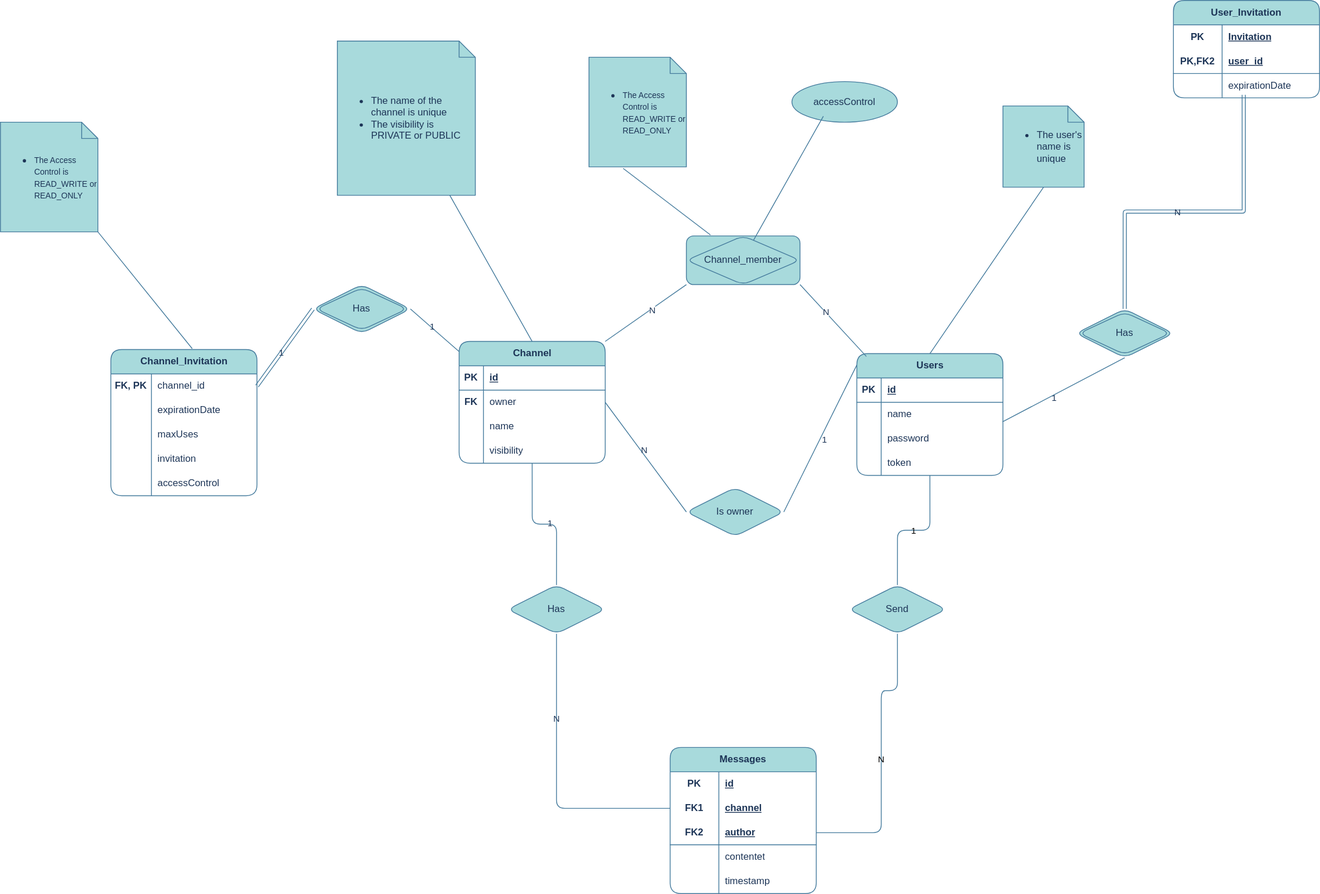
Above: code/jvm/repository_jdbc/src/sql/ChIMP-scheme.svg in Brgm37/Multi-user-Instant-Messaging-system (draw.io), before the change. Source tidied: cells renumbered, new cells last; positions are measured from the earlier drawing's top-left corner, leaving out a move shared by most shapes.
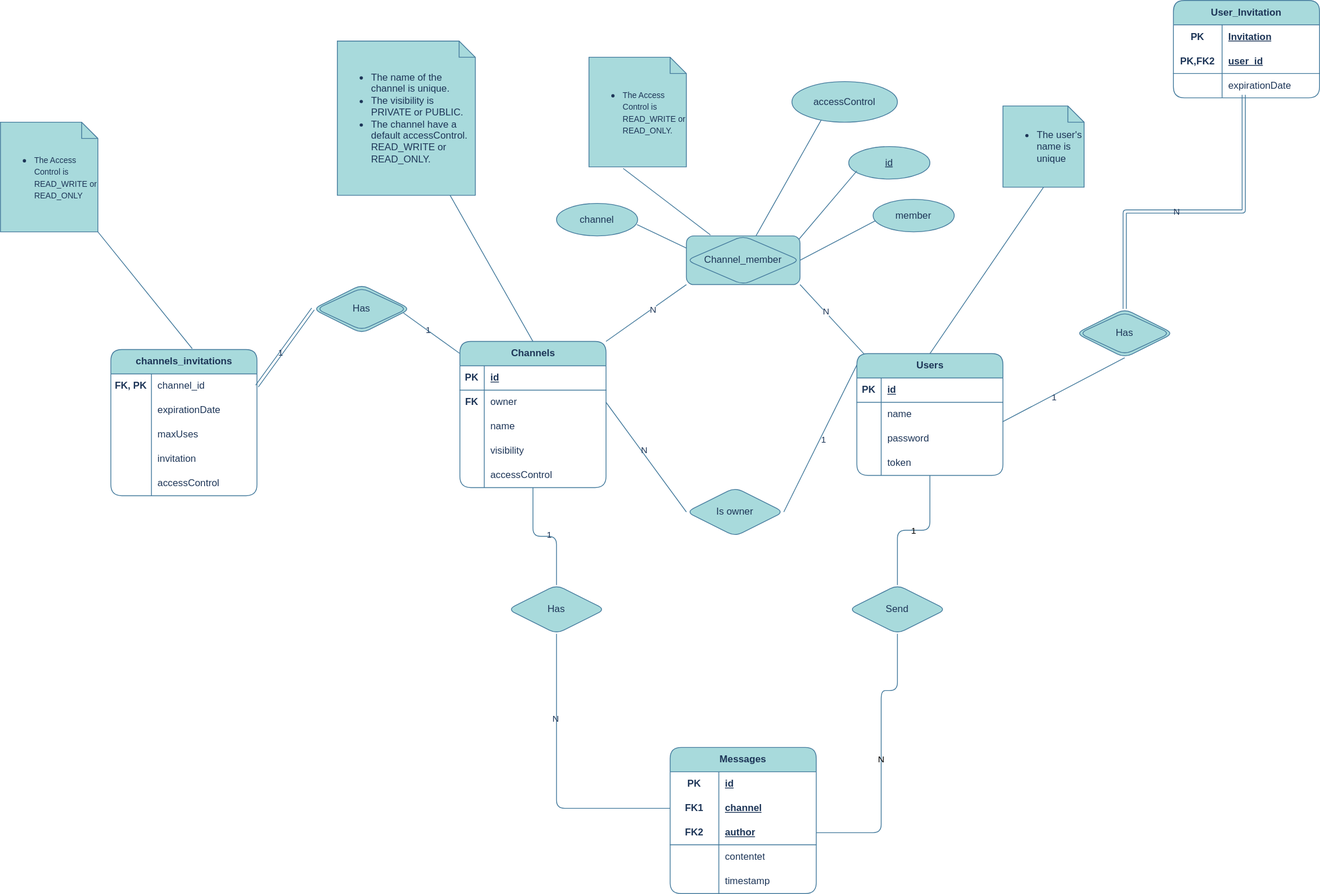
After the change.

Change to the diagram source:
```diff
@@ -2,6 +2,18 @@
   <root>
     <mxCell id="0" />
     <mxCell id="1" parent="0" />
+    <mxCell id="108" style="endArrow=none;html=1;rounded=0;strokeColor=#457B9D;fontColor=#1D3557;fillColor=#A8DADC;exitX=1;exitY=0.5;exitDx=0;exitDy=0;entryX=0.051;entryY=0.628;entryDx=0;entryDy=0;entryPerimeter=0;" parent="1" edge="1" source="98" target="115">
+      <mxGeometry relative="1" as="geometry" />
+    </mxCell>
+    <mxCell id="101" style="endArrow=none;html=1;rounded=0;strokeColor=#457B9D;fontColor=#1D3557;fillColor=#A8DADC;entryX=0.065;entryY=0.023;entryDx=0;entryDy=0;entryPerimeter=0;exitX=1;exitY=1;exitDx=0;exitDy=0;" parent="1" edge="1" source="98" target="17">
+      <mxGeometry relative="1" as="geometry" />
+    </mxCell>
+    <mxCell id="102" value="N" style="edgeLabel;html=1;align=center;verticalAlign=middle;strokeColor=#457B9D;fontColor=#1D3557;fillColor=#A8DADC;" parent="101" vertex="1">
+      <mxGeometry x="-0.23" y="1" relative="1" as="geometry" />
+    </mxCell>
+    <mxCell id="103" style="endArrow=none;html=1;rounded=0;strokeColor=#457B9D;fontColor=#1D3557;fillColor=#A8DADC;entryX=0.298;entryY=0.852;entryDx=0;entryDy=0;entryPerimeter=0;exitX=0.59;exitY=0.092;exitDx=0;exitDy=0;exitPerimeter=0;" parent="1" edge="1" source="98" target="97">
+      <mxGeometry relative="1" as="geometry" />
+    </mxCell>
     <mxCell id="2" style="endArrow=none;html=1;rounded=1;exitX=0.5;exitY=1;exitDx=0;exitDy=0;entryX=0;entryY=0.5;entryDx=0;entryDy=0;labelBackgroundColor=none;fontColor=default;strokeColor=#457B9D;" parent="1" edge="1" source="49" target="34">
       <mxGeometry relative="1" as="geometry">
         <Array as="points">
@@ -14,8 +26,8 @@
     <mxCell id="3" value="N" style="edgeLabel;html=1;align=center;verticalAlign=middle;rounded=1;labelBackgroundColor=none;fontColor=#1D3557;" parent="2" vertex="1">
       <mxGeometry x="-0.41" y="-1" relative="1" as="geometry" />
     </mxCell>
-    <mxCell id="4" value="Channel" style="shape=table;startSize=30;rowLines=0;fontStyle=1;align=center;html=1;rounded=1;labelBackgroundColor=none;fillColor=#A8DADC;strokeColor=#457B9D;fontColor=#1D3557;" parent="1" vertex="1">
-      <mxGeometry x="565" y="420" width="180" height="150" as="geometry" />
+    <mxCell id="4" value="Channels" style="shape=table;startSize=30;rowLines=0;fontStyle=1;align=center;html=1;rounded=1;labelBackgroundColor=none;fillColor=#A8DADC;strokeColor=#457B9D;fontColor=#1D3557;rounded=1;" parent="1" vertex="1">
+      <mxGeometry x="566" y="420" width="180" height="180" as="geometry" />
     </mxCell>
     <mxCell id="5" style="shape=tableRow;horizontal=0;startSize=0;swimlaneHead=0;swimlaneBody=0;fillColor=none;top=0;left=0;right=0;bottom=1;rounded=1;labelBackgroundColor=none;strokeColor=#457B9D;fontColor=#1D3557;" parent="4" vertex="1">
       <mxGeometry y="30" width="180" height="30" as="geometry" />
@@ -53,6 +65,15 @@
     <mxCell id="16" value="visibility" style="shape=partialRectangle;fillColor=none;top=0;left=0;bottom=0;right=0;align=left;spacingLeft=6;overflow=hidden;whiteSpace=wrap;html=1;rounded=1;labelBackgroundColor=none;strokeColor=#457B9D;fontColor=#1D3557;" parent="14" vertex="1">
       <mxGeometry x="30" width="150" height="30" as="geometry" />
     </mxCell>
+    <mxCell id="109" style="shape=tableRow;horizontal=0;startSize=0;swimlaneHead=0;swimlaneBody=0;fillColor=none;top=0;left=0;right=0;bottom=0;rounded=1;labelBackgroundColor=none;strokeColor=#457B9D;fontColor=#1D3557;" parent="4" vertex="1">
+      <mxGeometry y="150" width="180" height="30" as="geometry" />
+    </mxCell>
+    <mxCell id="110" style="shape=partialRectangle;fillColor=none;top=0;left=0;bottom=0;right=0;overflow=hidden;whiteSpace=wrap;html=1;rounded=1;labelBackgroundColor=none;strokeColor=#457B9D;fontColor=#1D3557;" parent="109" vertex="1">
+      <mxGeometry width="30" height="30" as="geometry" />
+    </mxCell>
+    <mxCell id="111" value="accessControl" style="shape=partialRectangle;fillColor=none;top=0;left=0;bottom=0;right=0;align=left;spacingLeft=6;overflow=hidden;whiteSpace=wrap;html=1;rounded=1;labelBackgroundColor=none;strokeColor=#457B9D;fontColor=#1D3557;" parent="109" vertex="1">
+      <mxGeometry x="30" width="150" height="30" as="geometry" />
+    </mxCell>
     <mxCell id="17" value="Users" style="shape=table;startSize=30;rowLines=0;fontStyle=1;align=center;html=1;rounded=1;labelBackgroundColor=none;fillColor=#A8DADC;strokeColor=#457B9D;fontColor=#1D3557;" parent="1" vertex="1">
       <mxGeometry x="1055" y="435" width="180" height="150" as="geometry" />
     </mxCell>
@@ -179,7 +200,7 @@
     <mxCell id="56" value="N" style="edgeLabel;html=1;align=center;verticalAlign=middle;rounded=1;labelBackgroundColor=none;fontColor=#1D3557;" parent="55" vertex="1">
       <mxGeometry x="-0.11" y="3" relative="1" as="geometry" />
     </mxCell>
-    <mxCell id="57" value="&lt;ul&gt;&lt;li&gt;The name of the channel is unique&lt;/li&gt;&lt;li&gt;The visibility is PRIVATE or PUBLIC&lt;/li&gt;&lt;/ul&gt;" style="shape=note;size=20;whiteSpace=wrap;html=1;align=left;rounded=1;labelBackgroundColor=none;fillColor=#A8DADC;strokeColor=#457B9D;fontColor=#1D3557;" parent="1" vertex="1">
+    <mxCell id="57" value="&lt;ul&gt;&lt;li&gt;The name of the channel is unique.&lt;/li&gt;&lt;li&gt;The visibility is PRIVATE or PUBLIC.&lt;/li&gt;&lt;li&gt;The channel have a default accessControl. READ_WRITE or READ_ONLY.&lt;/li&gt;&lt;/ul&gt;" style="shape=note;size=20;whiteSpace=wrap;html=1;align=left;rounded=1;labelBackgroundColor=none;fillColor=#A8DADC;strokeColor=#457B9D;fontColor=#1D3557;" parent="1" vertex="1">
       <mxGeometry x="415" y="50" width="170" height="190" as="geometry" />
     </mxCell>
     <mxCell id="58" style="endArrow=none;html=1;rounded=1;exitX=0.5;exitY=0;exitDx=0;exitDy=0;labelBackgroundColor=none;fontColor=default;strokeColor=#457B9D;" parent="1" edge="1" source="4" target="57">
@@ -247,7 +268,7 @@
     <mxCell id="77" value="N" style="edgeLabel;html=1;align=center;verticalAlign=middle;rounded=1;labelBackgroundColor=none;fontColor=#1D3557;" parent="76" vertex="1">
       <mxGeometry x="-0.1" relative="1" as="geometry" />
     </mxCell>
-    <mxCell id="78" value="Channel_Invitation" style="shape=table;startSize=30;rowLines=0;fontStyle=1;align=center;html=1;rounded=1;labelBackgroundColor=none;fillColor=#A8DADC;strokeColor=#457B9D;fontColor=#1D3557;" parent="1" vertex="1">
+    <mxCell id="78" value="channels_invitations" style="shape=table;startSize=30;rowLines=0;fontStyle=1;align=center;html=1;rounded=1;labelBackgroundColor=none;fillColor=#A8DADC;strokeColor=#457B9D;fontColor=#1D3557;" parent="1" vertex="1">
       <mxGeometry x="136" y="430" width="180" height="180" as="geometry" />
     </mxCell>
     <mxCell id="79" style="shape=tableRow;horizontal=0;startSize=0;swimlaneHead=0;swimlaneBody=0;fillColor=none;points=[[0,0.5],[1,0.5]];portConstraint=eastwest;top=0;left=0;right=0;bottom=0;rounded=1;labelBackgroundColor=none;strokeColor=#457B9D;fontColor=#1D3557;" parent="78" vertex="1">
@@ -298,7 +319,7 @@
     <mxCell id="94" value="Has" style="shape=rhombus;double=1;perimeter=rhombusPerimeter;whiteSpace=wrap;html=1;align=center;rounded=1;labelBackgroundColor=none;fillColor=#A8DADC;strokeColor=#457B9D;fontColor=#1D3557;" parent="1" vertex="1">
       <mxGeometry x="385" y="350" width="120" height="60" as="geometry" />
     </mxCell>
-    <mxCell id="95" style="endArrow=none;html=1;rounded=1;exitX=1;exitY=0.5;exitDx=0;exitDy=0;entryX=-0.001;entryY=0.082;entryDx=0;entryDy=0;entryPerimeter=0;labelBackgroundColor=none;fontColor=default;strokeColor=#457B9D;" parent="1" edge="1" source="94" target="4">
+    <mxCell id="95" style="endArrow=none;html=1;rounded=1;exitX=0.929;exitY=0.583;exitDx=0;exitDy=0;entryX=-0.001;entryY=0.082;entryDx=0;entryDy=0;entryPerimeter=0;labelBackgroundColor=none;fontColor=default;strokeColor=#457B9D;exitPerimeter=0;" parent="1" edge="1" source="94" target="4">
       <mxGeometry relative="1" as="geometry" />
     </mxCell>
     <mxCell id="96" value="1" style="edgeLabel;html=1;align=center;verticalAlign=middle;rounded=1;labelBackgroundColor=none;fontColor=#1D3557;" parent="95" vertex="1">
@@ -316,16 +337,7 @@
     <mxCell id="100" value="N" style="edgeLabel;html=1;align=center;verticalAlign=middle;strokeColor=#457B9D;fontColor=#1D3557;fillColor=#A8DADC;" parent="99" vertex="1">
       <mxGeometry x="0.14" y="-1" relative="1" as="geometry" />
     </mxCell>
-    <mxCell id="101" style="endArrow=none;html=1;rounded=0;strokeColor=#457B9D;fontColor=#1D3557;fillColor=#A8DADC;entryX=0.065;entryY=0.023;entryDx=0;entryDy=0;entryPerimeter=0;exitX=1;exitY=1;exitDx=0;exitDy=0;" parent="1" edge="1" source="98" target="17">
-      <mxGeometry relative="1" as="geometry" />
-    </mxCell>
-    <mxCell id="102" value="N" style="edgeLabel;html=1;align=center;verticalAlign=middle;strokeColor=#457B9D;fontColor=#1D3557;fillColor=#A8DADC;" parent="101" vertex="1">
-      <mxGeometry x="-0.23" y="1" relative="1" as="geometry" />
-    </mxCell>
-    <mxCell id="103" style="endArrow=none;html=1;rounded=0;strokeColor=#457B9D;fontColor=#1D3557;fillColor=#A8DADC;entryX=0.298;entryY=0.852;entryDx=0;entryDy=0;entryPerimeter=0;exitX=0.59;exitY=0.092;exitDx=0;exitDy=0;exitPerimeter=0;" parent="1" edge="1" source="98" target="97">
-      <mxGeometry relative="1" as="geometry" />
-    </mxCell>
-    <mxCell id="104" value="&lt;ul&gt;&lt;li&gt;&lt;font style=&quot;font-size: 10px;&quot;&gt;The Access Control is READ_WRITE or READ_ONLY&lt;/font&gt;&lt;/li&gt;&lt;/ul&gt;" style="shape=note;size=20;whiteSpace=wrap;html=1;strokeColor=#457B9D;fontColor=#1D3557;fillColor=#A8DADC;align=left;" parent="1" vertex="1">
+    <mxCell id="104" value="&lt;ul&gt;&lt;li&gt;&lt;font style=&quot;font-size: 10px;&quot;&gt;The Access Control is READ_WRITE or READ_ONLY.&lt;/font&gt;&lt;/li&gt;&lt;/ul&gt;" style="shape=note;size=20;whiteSpace=wrap;html=1;strokeColor=#457B9D;fontColor=#1D3557;fillColor=#A8DADC;align=left;" parent="1" vertex="1">
       <mxGeometry x="725" y="70" width="120" height="135" as="geometry" />
     </mxCell>
     <mxCell id="105" style="endArrow=none;html=1;rounded=0;strokeColor=#457B9D;fontColor=#1D3557;fillColor=#A8DADC;exitX=0.351;exitY=1.014;exitDx=0;exitDy=0;exitPerimeter=0;entryX=0.212;entryY=-0.019;entryDx=0;entryDy=0;entryPerimeter=0;" parent="1" edge="1" source="104" target="98">
@@ -337,5 +349,20 @@
     <mxCell id="107" style="endArrow=none;html=1;rounded=0;strokeColor=#457B9D;fontColor=#1D3557;fillColor=#A8DADC;exitX=1;exitY=1;exitDx=0;exitDy=0;exitPerimeter=0;entryX=0.557;entryY=-0.006;entryDx=0;entryDy=0;entryPerimeter=0;" parent="1" edge="1" source="106" target="78">
       <mxGeometry relative="1" as="geometry" />
     </mxCell>
+    <mxCell id="112" value="id" style="ellipse;whiteSpace=wrap;html=1;align=center;fontStyle=4;strokeColor=#457B9D;fontColor=#1D3557;fillColor=#A8DADC;" parent="1" vertex="1">
+      <mxGeometry x="1045" y="180" width="100" height="40" as="geometry" />
+    </mxCell>
+    <mxCell id="113" style="endArrow=none;html=1;rounded=0;strokeColor=#457B9D;fontColor=#1D3557;fillColor=#A8DADC;entryX=0.1;entryY=0.75;entryDx=0;entryDy=0;entryPerimeter=0;exitX=0.99;exitY=0.071;exitDx=0;exitDy=0;exitPerimeter=0;" parent="1" edge="1" source="98" target="112">
+      <mxGeometry relative="1" as="geometry" />
+    </mxCell>
+    <mxCell id="114" value="channel" style="ellipse;whiteSpace=wrap;html=1;align=center;strokeColor=#457B9D;fontColor=#1D3557;fillColor=#A8DADC;" parent="1" vertex="1">
+      <mxGeometry x="685" y="250" width="100" height="40" as="geometry" />
+    </mxCell>
+    <mxCell id="115" value="member" style="ellipse;whiteSpace=wrap;html=1;align=center;strokeColor=#457B9D;fontColor=#1D3557;fillColor=#A8DADC;" parent="1" vertex="1">
+      <mxGeometry x="1075" y="245" width="100" height="40" as="geometry" />
+    </mxCell>
+    <mxCell id="116" style="endArrow=none;html=1;rounded=0;strokeColor=#457B9D;fontColor=#1D3557;fillColor=#A8DADC;exitX=0.992;exitY=0.651;exitDx=0;exitDy=0;exitPerimeter=0;entryX=0;entryY=0.25;entryDx=0;entryDy=0;" parent="1" edge="1" source="114" target="98">
+      <mxGeometry relative="1" as="geometry" />
+    </mxCell>
   </root>
 </mxGraphModel>
```
